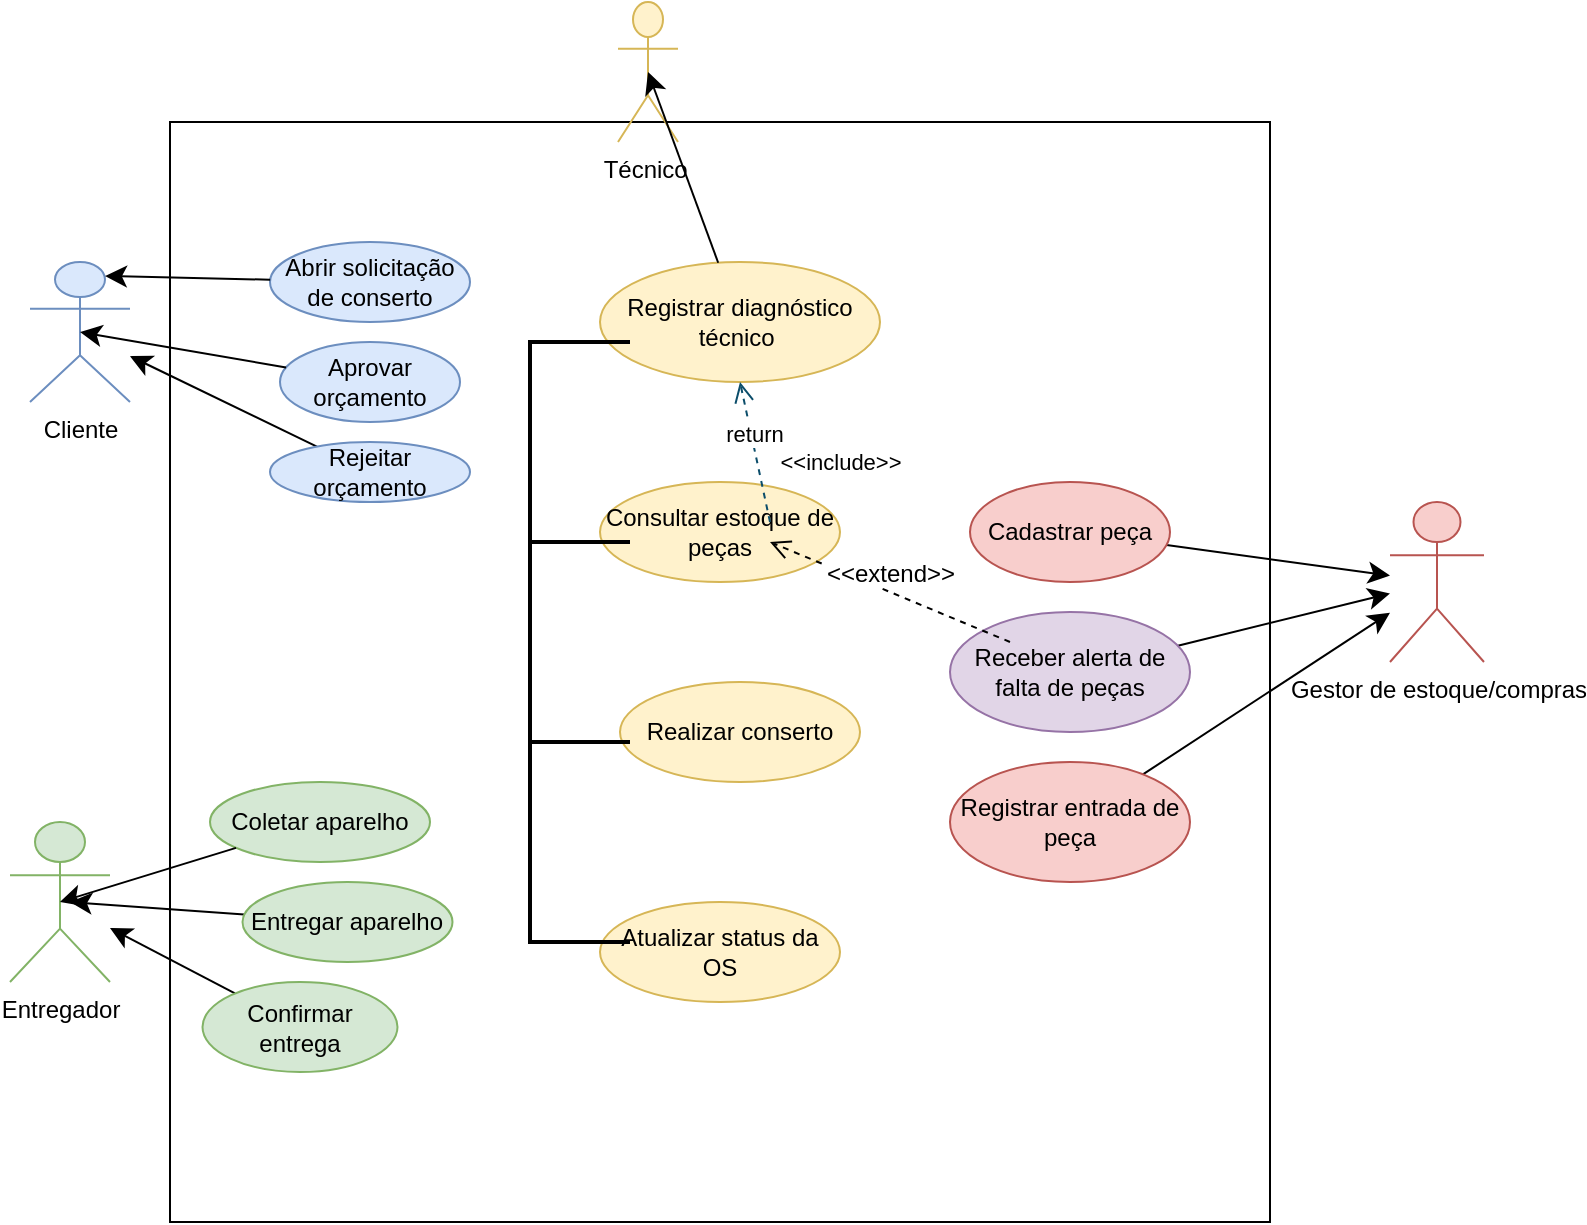
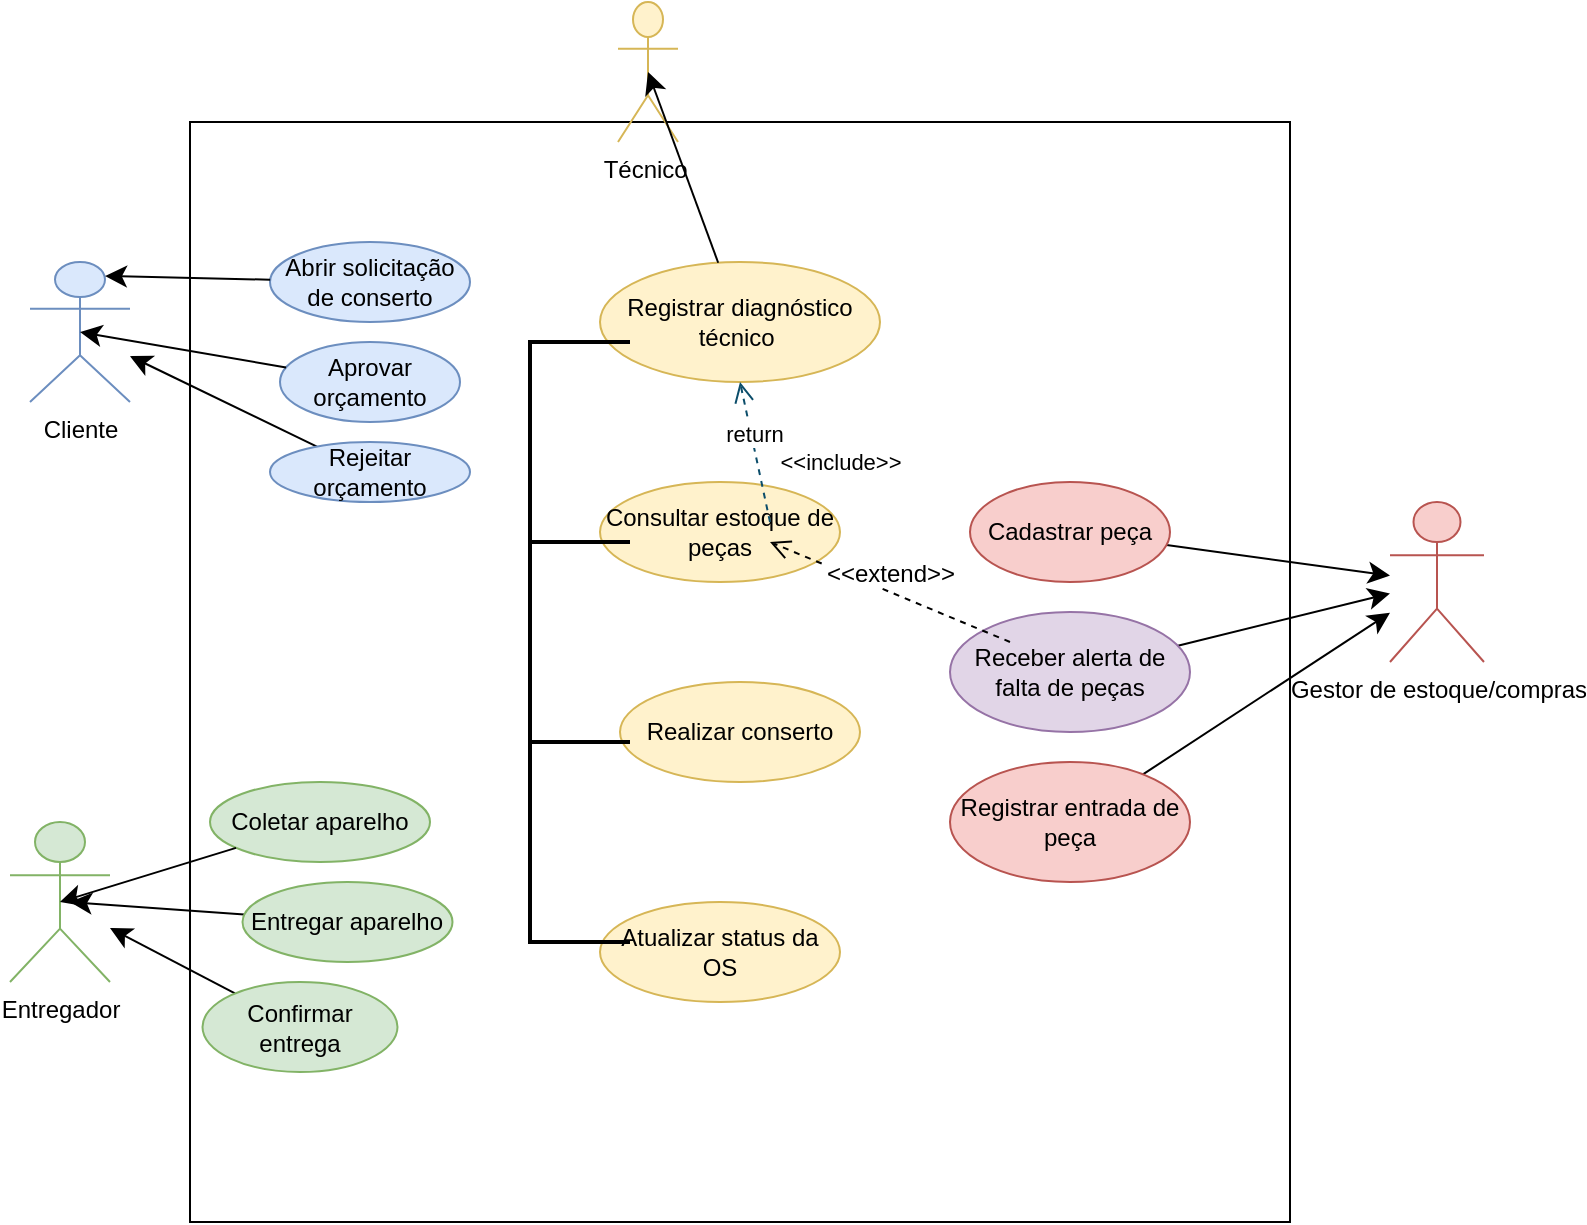
<mxfile host="app.diagrams.net">
  <diagram name="Página-1" id="rtcFgK3Kkkd_KT2jszyH">
-     <mxGraphModel dx="852" dy="568" grid="1" gridSize="10" guides="0" tooltips="1" connect="1" arrows="1" fold="1" page="1" pageScale="1" pageWidth="827" pageHeight="1169" math="0" shadow="0">
+     <mxGraphModel dx="947" dy="631" grid="1" gridSize="10" guides="0" tooltips="1" connect="1" arrows="1" fold="1" page="1" pageScale="1" pageWidth="827" pageHeight="1169" math="0" shadow="0">
      <root>
        <mxCell id="0" />
        <mxCell id="1" parent="0" />
        <mxCell id="BicaBcuyzLH3SaQ4PMim-1" parent="1" style="whiteSpace=wrap;html=1;aspect=fixed;" value="" vertex="1">
-           <mxGeometry height="550" width="550" x="160" y="60" as="geometry" />
+           <mxGeometry height="550" width="550" x="170" y="60" as="geometry" />
        </mxCell>
        <mxCell id="BicaBcuyzLH3SaQ4PMim-2" parent="1" style="shape=umlActor;verticalLabelPosition=bottom;verticalAlign=top;html=1;outlineConnect=0;fillColor=#dae8fc;strokeColor=#6c8ebf;" value="Cliente" vertex="1">
          <mxGeometry height="70" width="50" x="90" y="130" as="geometry" />
        </mxCell>
        <mxCell id="BicaBcuyzLH3SaQ4PMim-3" parent="1" style="ellipse;whiteSpace=wrap;html=1;rotation=0;fillColor=#dae8fc;strokeColor=#6c8ebf;" value="Abrir solicitação de conserto" vertex="1">
          <mxGeometry height="40" width="100" x="210" y="120" as="geometry" />
        </mxCell>
        <mxCell id="BicaBcuyzLH3SaQ4PMim-4" parent="1" style="ellipse;whiteSpace=wrap;html=1;fillColor=#dae8fc;strokeColor=#6c8ebf;" value="Aprovar orçamento" vertex="1">
          <mxGeometry height="40" width="90" x="215" y="170" as="geometry" />
        </mxCell>
        <mxCell id="7sS-cTqhmkTEfS6DFyko-21" edge="1" parent="1" source="BicaBcuyzLH3SaQ4PMim-6" style="edgeStyle=none;curved=1;rounded=0;orthogonalLoop=1;jettySize=auto;html=1;fontSize=12;startSize=8;endSize=8;" target="BicaBcuyzLH3SaQ4PMim-2" value="">
          <mxGeometry relative="1" as="geometry" />
        </mxCell>
        <mxCell id="BicaBcuyzLH3SaQ4PMim-6" parent="1" style="ellipse;whiteSpace=wrap;html=1;fillColor=#dae8fc;strokeColor=#6c8ebf;" value="Rejeitar orçamento" vertex="1">
          <mxGeometry height="30" width="100" x="210" y="220" as="geometry" />
        </mxCell>
        <mxCell id="BicaBcuyzLH3SaQ4PMim-11" parent="1" style="shape=umlActor;verticalLabelPosition=bottom;verticalAlign=top;html=1;outlineConnect=0;fillColor=#d5e8d4;strokeColor=#82b366;" value="Entregador" vertex="1">
          <mxGeometry height="80" width="50" x="80" y="410" as="geometry" />
        </mxCell>
        <mxCell id="BicaBcuyzLH3SaQ4PMim-13" parent="1" style="ellipse;whiteSpace=wrap;html=1;fillColor=#d5e8d4;strokeColor=#82b366;" value="Coletar aparelho" vertex="1">
          <mxGeometry height="40" width="110" x="180" y="390" as="geometry" />
        </mxCell>
        <mxCell id="7sS-cTqhmkTEfS6DFyko-25" edge="1" parent="1" source="BicaBcuyzLH3SaQ4PMim-14" style="edgeStyle=none;curved=1;rounded=0;orthogonalLoop=1;jettySize=auto;html=1;fontSize=12;startSize=8;endSize=8;">
          <mxGeometry relative="1" as="geometry">
            <mxPoint x="110" y="450" as="targetPoint" />
          </mxGeometry>
        </mxCell>
        <mxCell id="BicaBcuyzLH3SaQ4PMim-14" parent="1" style="ellipse;whiteSpace=wrap;html=1;fillColor=#d5e8d4;strokeColor=#82b366;" value="Entregar aparelho" vertex="1">
          <mxGeometry height="40" width="105" x="196.25" y="440" as="geometry" />
        </mxCell>
        <mxCell id="7sS-cTqhmkTEfS6DFyko-26" edge="1" parent="1" source="BicaBcuyzLH3SaQ4PMim-15" style="edgeStyle=none;curved=1;rounded=0;orthogonalLoop=1;jettySize=auto;html=1;fontSize=12;startSize=8;endSize=8;" target="BicaBcuyzLH3SaQ4PMim-11">
          <mxGeometry relative="1" as="geometry" />
        </mxCell>
        <mxCell id="BicaBcuyzLH3SaQ4PMim-15" parent="1" style="ellipse;whiteSpace=wrap;html=1;fillColor=#d5e8d4;strokeColor=#82b366;" value="Confirmar entrega" vertex="1">
          <mxGeometry height="45" width="97.5" x="176.25" y="490" as="geometry" />
        </mxCell>
        <mxCell id="BicaBcuyzLH3SaQ4PMim-19" parent="1" style="ellipse;whiteSpace=wrap;html=1;fillColor=#fff2cc;strokeColor=#d6b656;" value="Atualizar status da OS" vertex="1">
          <mxGeometry height="50" width="120" x="375" y="450" as="geometry" />
        </mxCell>
        <mxCell id="BicaBcuyzLH3SaQ4PMim-20" parent="1" style="ellipse;whiteSpace=wrap;html=1;fillColor=#fff2cc;strokeColor=#d6b656;" value="Realizar conserto" vertex="1">
          <mxGeometry height="50" width="120" x="385" y="340" as="geometry" />
        </mxCell>
        <mxCell id="8WZ1pCKWVnOxuD-aqgki-1" parent="1" style="ellipse;whiteSpace=wrap;html=1;fillColor=#fff2cc;strokeColor=#d6b656;" value="Consultar estoque de peças" vertex="1">
          <mxGeometry height="50" width="120" x="375" y="240" as="geometry" />
        </mxCell>
        <mxCell id="8WZ1pCKWVnOxuD-aqgki-2" parent="1" style="ellipse;whiteSpace=wrap;html=1;fillColor=#fff2cc;strokeColor=#d6b656;" value="Registrar diagnóstico técnico&amp;nbsp;" vertex="1">
          <mxGeometry height="60" width="140" x="375" y="130" as="geometry" />
        </mxCell>
        <mxCell id="8WZ1pCKWVnOxuD-aqgki-8" parent="1" style="strokeWidth=2;html=1;shape=mxgraph.flowchart.annotation_1;align=left;pointerEvents=1;" value="" vertex="1">
          <mxGeometry height="100" width="50" x="340" y="370" as="geometry" />
        </mxCell>
        <mxCell id="8WZ1pCKWVnOxuD-aqgki-9" parent="1" style="strokeWidth=2;html=1;shape=mxgraph.flowchart.annotation_1;align=left;pointerEvents=1;" value="" vertex="1">
          <mxGeometry height="100" width="20" x="340" y="270" as="geometry" />
        </mxCell>
        <mxCell id="8WZ1pCKWVnOxuD-aqgki-10" parent="1" style="strokeWidth=2;html=1;shape=mxgraph.flowchart.annotation_1;align=left;pointerEvents=1;" value="" vertex="1">
          <mxGeometry height="100" width="50" x="340" y="170" as="geometry" />
        </mxCell>
        <mxCell id="8WZ1pCKWVnOxuD-aqgki-11" parent="1" style="shape=umlActor;verticalLabelPosition=bottom;verticalAlign=top;html=1;outlineConnect=0;fillColor=#fff2cc;strokeColor=#d6b656;" value="Técnico&amp;nbsp;" vertex="1">
          <mxGeometry height="70" width="30" x="384" as="geometry" />
        </mxCell>
        <mxCell id="8WZ1pCKWVnOxuD-aqgki-29" edge="1" parent="1" style="html=1;verticalAlign=bottom;endArrow=open;dashed=1;endSize=8;curved=0;rounded=0;strokeColor=#0B4D6A;" value="return">
          <mxGeometry relative="1" as="geometry">
            <mxPoint x="460" y="260" as="sourcePoint" />
            <mxPoint x="445" y="190" as="targetPoint" />
          </mxGeometry>
        </mxCell>
        <mxCell id="8WZ1pCKWVnOxuD-aqgki-31" connectable="0" parent="8WZ1pCKWVnOxuD-aqgki-29" style="edgeLabel;html=1;align=center;verticalAlign=middle;resizable=0;points=[];strokeColor=#BAC8D3;fillColor=#09555B;" value="&amp;lt;&amp;lt;include&amp;gt;&amp;gt;" vertex="1">
          <mxGeometry relative="1" x="-0.444" y="6" as="geometry">
            <mxPoint x="45" y="-12" as="offset" />
          </mxGeometry>
        </mxCell>
        <mxCell id="7sS-cTqhmkTEfS6DFyko-3" parent="1" style="shape=umlActor;verticalLabelPosition=bottom;verticalAlign=top;html=1;outlineConnect=0;fillColor=#f8cecc;strokeColor=#b85450;" value="Gestor de estoque/compras" vertex="1">
          <mxGeometry height="80" width="47" x="770" y="250" as="geometry" />
        </mxCell>
        <mxCell id="7sS-cTqhmkTEfS6DFyko-4" edge="1" parent="1" source="7sS-cTqhmkTEfS6DFyko-3" style="edgeStyle=none;curved=1;rounded=0;orthogonalLoop=1;jettySize=auto;html=1;entryX=0.5;entryY=0;entryDx=0;entryDy=0;entryPerimeter=0;fontSize=12;startSize=8;endSize=8;" target="7sS-cTqhmkTEfS6DFyko-3">
          <mxGeometry relative="1" as="geometry" />
        </mxCell>
        <mxCell id="7sS-cTqhmkTEfS6DFyko-16" edge="1" parent="1" source="7sS-cTqhmkTEfS6DFyko-5" style="edgeStyle=none;curved=1;rounded=0;orthogonalLoop=1;jettySize=auto;html=1;fontSize=12;startSize=8;endSize=8;" target="7sS-cTqhmkTEfS6DFyko-3" value="">
          <mxGeometry relative="1" as="geometry" />
        </mxCell>
        <mxCell id="7sS-cTqhmkTEfS6DFyko-5" parent="1" style="ellipse;whiteSpace=wrap;html=1;fillColor=#f8cecc;strokeColor=#b85450;" value="Cadastrar peça" vertex="1">
          <mxGeometry height="50" width="100" x="560" y="240" as="geometry" />
        </mxCell>
        <mxCell id="7sS-cTqhmkTEfS6DFyko-18" edge="1" parent="1" source="7sS-cTqhmkTEfS6DFyko-13" style="edgeStyle=none;curved=1;rounded=0;orthogonalLoop=1;jettySize=auto;html=1;fontSize=12;startSize=8;endSize=8;" target="7sS-cTqhmkTEfS6DFyko-3">
          <mxGeometry relative="1" as="geometry" />
        </mxCell>
        <mxCell id="7sS-cTqhmkTEfS6DFyko-13" parent="1" style="ellipse;whiteSpace=wrap;html=1;fillColor=#f8cecc;strokeColor=#b85450;" value="Registrar entrada de peça" vertex="1">
          <mxGeometry height="60" width="120" x="550" y="380" as="geometry" />
        </mxCell>
        <mxCell id="7sS-cTqhmkTEfS6DFyko-17" edge="1" parent="1" source="7sS-cTqhmkTEfS6DFyko-14" style="edgeStyle=none;curved=1;rounded=0;orthogonalLoop=1;jettySize=auto;html=1;fontSize=12;startSize=8;endSize=8;" target="7sS-cTqhmkTEfS6DFyko-3" value="">
          <mxGeometry relative="1" as="geometry" />
        </mxCell>
        <mxCell id="7sS-cTqhmkTEfS6DFyko-14" parent="1" style="ellipse;whiteSpace=wrap;html=1;fillColor=#e1d5e7;strokeColor=#9673a6;" value="Receber alerta de falta de peças" vertex="1">
          <mxGeometry height="60" width="120" x="550" y="305" as="geometry" />
        </mxCell>
        <mxCell id="7sS-cTqhmkTEfS6DFyko-15" edge="1" parent="1" style="html=1;verticalAlign=bottom;endArrow=open;dashed=1;endSize=8;curved=0;rounded=0;fontSize=12;" value="&amp;lt;&amp;lt;extend&amp;gt;&amp;gt;">
          <mxGeometry relative="1" as="geometry">
            <mxPoint as="offset" />
            <Array as="points" />
            <mxPoint x="580" y="320" as="sourcePoint" />
            <mxPoint x="460" y="270" as="targetPoint" />
          </mxGeometry>
        </mxCell>
        <mxCell id="7sS-cTqhmkTEfS6DFyko-19" edge="1" parent="1" source="BicaBcuyzLH3SaQ4PMim-3" style="edgeStyle=none;curved=1;rounded=0;orthogonalLoop=1;jettySize=auto;html=1;entryX=0.75;entryY=0.1;entryDx=0;entryDy=0;entryPerimeter=0;fontSize=12;startSize=8;endSize=8;" target="BicaBcuyzLH3SaQ4PMim-2">
          <mxGeometry relative="1" as="geometry" />
        </mxCell>
        <mxCell id="7sS-cTqhmkTEfS6DFyko-20" edge="1" parent="1" source="BicaBcuyzLH3SaQ4PMim-4" style="edgeStyle=none;curved=1;rounded=0;orthogonalLoop=1;jettySize=auto;html=1;entryX=0.5;entryY=0.5;entryDx=0;entryDy=0;entryPerimeter=0;fontSize=12;startSize=8;endSize=8;" target="BicaBcuyzLH3SaQ4PMim-2">
          <mxGeometry relative="1" as="geometry" />
        </mxCell>
        <mxCell id="7sS-cTqhmkTEfS6DFyko-23" edge="1" parent="1" source="8WZ1pCKWVnOxuD-aqgki-2" style="edgeStyle=none;curved=1;rounded=0;orthogonalLoop=1;jettySize=auto;html=1;entryX=0.5;entryY=0.5;entryDx=0;entryDy=0;entryPerimeter=0;fontSize=12;startSize=8;endSize=8;" target="8WZ1pCKWVnOxuD-aqgki-11">
          <mxGeometry relative="1" as="geometry" />
        </mxCell>
        <mxCell id="7sS-cTqhmkTEfS6DFyko-24" edge="1" parent="1" source="BicaBcuyzLH3SaQ4PMim-13" style="edgeStyle=none;curved=1;rounded=0;orthogonalLoop=1;jettySize=auto;html=1;entryX=0.5;entryY=0.5;entryDx=0;entryDy=0;entryPerimeter=0;fontSize=12;startSize=8;endSize=8;" target="BicaBcuyzLH3SaQ4PMim-11">
          <mxGeometry relative="1" as="geometry" />
        </mxCell>
      </root>
    </mxGraphModel>
  </diagram>
</mxfile>
